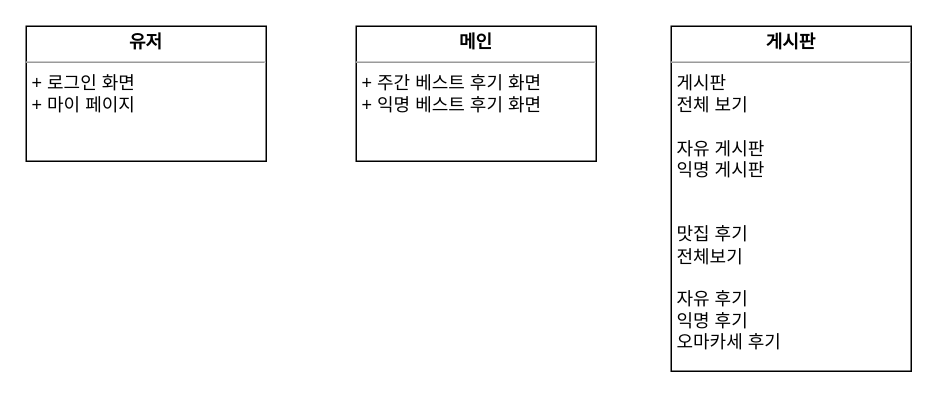
Earlier version of the draw.io diagram page "화면 정의" (3 of 4) of 맛기.drawio (Butler-SIM/-_docs). Source tidied: cells renumbered, new cells numbered last; positions are measured from the earlier drawing's top-left corner, leaving out a move shared by most shapes. Both pictures are drawn from the tidied source at 150%, with x=0, y=0 at pixel (26, 26).
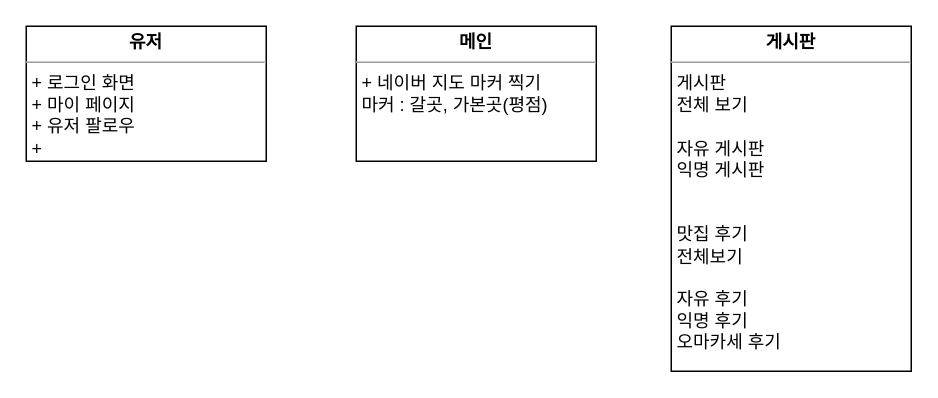
After the change.

Diff of the diagram source:
```diff
@@
 <mxGraphModel>
   <root>
     <mxCell id="0" />
     <mxCell id="1" parent="0" />
-    <mxCell id="2" value="&lt;p style=&quot;margin:0px;margin-top:4px;text-align:center;&quot;&gt;&lt;b&gt;메인&lt;/b&gt;&lt;/p&gt;&lt;hr size=&quot;1&quot;&gt;&lt;p style=&quot;margin:0px;margin-left:4px;&quot;&gt;+ 주간 베스트 후기 화면&lt;/p&gt;&lt;p style=&quot;margin:0px;margin-left:4px;&quot;&gt;+ 익명 베스트 후기 화면&lt;/p&gt;" style="verticalAlign=top;align=left;overflow=fill;fontSize=12;fontFamily=Helvetica;html=1;" parent="1" vertex="1">
+    <mxCell id="2" value="&lt;p style=&quot;margin:0px;margin-top:4px;text-align:center;&quot;&gt;&lt;b&gt;메인&lt;/b&gt;&lt;/p&gt;&lt;hr size=&quot;1&quot;&gt;&lt;p style=&quot;margin:0px;margin-left:4px;&quot;&gt;+ 네이버 지도 마커 찍기&lt;br&gt;마커 : 갈곳, 가본곳(평점)&lt;/p&gt;" style="verticalAlign=top;align=left;overflow=fill;fontSize=12;fontFamily=Helvetica;html=1;" parent="1" vertex="1">
       <mxGeometry x="220" width="160" height="90" as="geometry" />
     </mxCell>
-    <mxCell id="3" value="&lt;p style=&quot;margin:0px;margin-top:4px;text-align:center;&quot;&gt;&lt;b&gt;유저&lt;/b&gt;&lt;/p&gt;&lt;hr size=&quot;1&quot;&gt;&lt;p style=&quot;margin:0px;margin-left:4px;&quot;&gt;+ 로그인 화면&lt;/p&gt;&lt;p style=&quot;margin:0px;margin-left:4px;&quot;&gt;+ 마이 페이지&lt;/p&gt;&lt;p style=&quot;margin:0px;margin-left:4px;&quot;&gt;&lt;br&gt;&lt;/p&gt;" style="verticalAlign=top;align=left;overflow=fill;fontSize=12;fontFamily=Helvetica;html=1;" parent="1" vertex="1">
+    <mxCell id="3" value="&lt;p style=&quot;margin:0px;margin-top:4px;text-align:center;&quot;&gt;&lt;b&gt;유저&lt;/b&gt;&lt;/p&gt;&lt;hr size=&quot;1&quot;&gt;&lt;p style=&quot;margin:0px;margin-left:4px;&quot;&gt;+ 로그인 화면&lt;/p&gt;&lt;p style=&quot;margin:0px;margin-left:4px;&quot;&gt;+ 마이 페이지&lt;/p&gt;&lt;p style=&quot;margin:0px;margin-left:4px;&quot;&gt;+ 유저 팔로우&amp;nbsp;&lt;/p&gt;&lt;p style=&quot;margin:0px;margin-left:4px;&quot;&gt;+&amp;nbsp;&lt;/p&gt;" style="verticalAlign=top;align=left;overflow=fill;fontSize=12;fontFamily=Helvetica;html=1;" parent="1" vertex="1">
       <mxGeometry width="160" height="90" as="geometry" />
     </mxCell>
     <mxCell id="4" value="&lt;p style=&quot;margin:0px;margin-top:4px;text-align:center;&quot;&gt;&lt;b&gt;게시판&lt;/b&gt;&lt;/p&gt;&lt;hr size=&quot;1&quot;&gt;&lt;p style=&quot;margin:0px;margin-left:4px;&quot;&gt;게시판&lt;/p&gt;&lt;p style=&quot;margin:0px;margin-left:4px;&quot;&gt;전체 보기&lt;/p&gt;&lt;p style=&quot;margin:0px;margin-left:4px;&quot;&gt;&lt;br&gt;&lt;/p&gt;&lt;p style=&quot;margin:0px;margin-left:4px;&quot;&gt;자유 게시판&lt;/p&gt;&lt;p style=&quot;margin:0px;margin-left:4px;&quot;&gt;익명 게시판&lt;/p&gt;&lt;p style=&quot;margin:0px;margin-left:4px;&quot;&gt;&lt;br&gt;&lt;/p&gt;&lt;p style=&quot;margin:0px;margin-left:4px;&quot;&gt;&lt;br&gt;&lt;/p&gt;&lt;p style=&quot;margin:0px;margin-left:4px;&quot;&gt;맛집 후기&lt;/p&gt;&lt;p style=&quot;margin:0px;margin-left:4px;&quot;&gt;전체보기&lt;/p&gt;&lt;p style=&quot;margin:0px;margin-left:4px;&quot;&gt;&lt;br&gt;&lt;/p&gt;&lt;p style=&quot;margin:0px;margin-left:4px;&quot;&gt;자유 후기&lt;/p&gt;&lt;p style=&quot;margin:0px;margin-left:4px;&quot;&gt;익명 후기&lt;br&gt;&lt;/p&gt;&lt;p style=&quot;margin:0px;margin-left:4px;&quot;&gt;오마카세 후기&lt;/p&gt;&lt;p style=&quot;margin:0px;margin-left:4px;&quot;&gt;&lt;br&gt;&lt;/p&gt;" style="verticalAlign=top;align=left;overflow=fill;fontSize=12;fontFamily=Helvetica;html=1;" parent="1" vertex="1">
       <mxGeometry x="430" width="160" height="230" as="geometry" />
     </mxCell>
   </root>
 </mxGraphModel>
```
